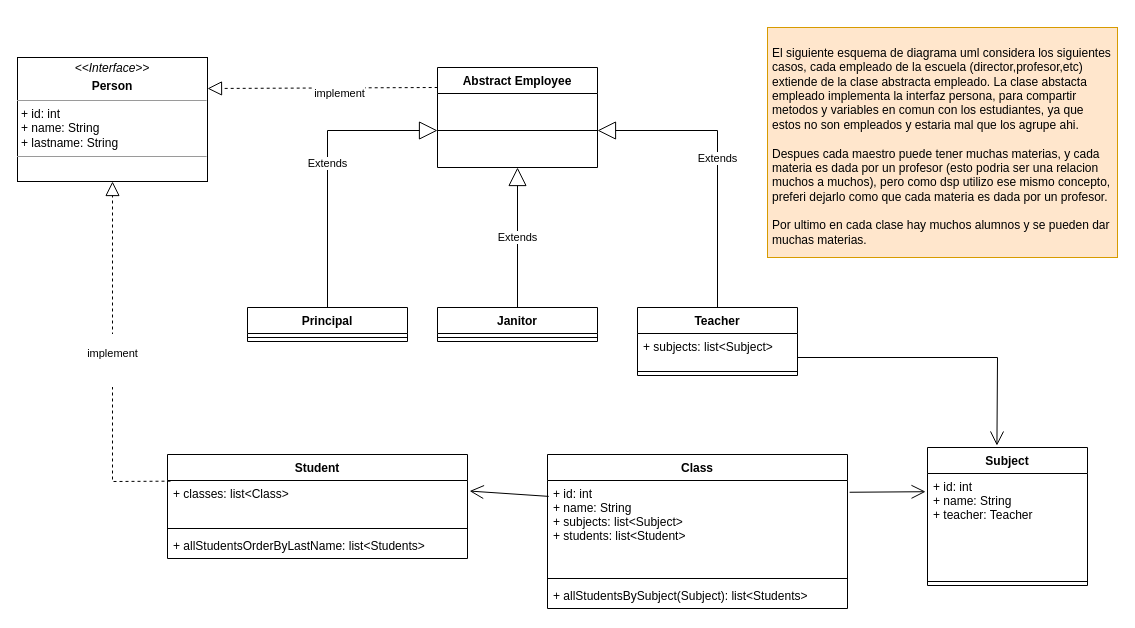
The draw.io diagram dmaceira-exercise1.drawio in diegomaceira/teracode, before the edit. Source tidied: cells renumbered, new cells numbered last; positions are measured from the earlier drawing's top-left corner, leaving out a move shared by most shapes. Both pictures are drawn from the tidied source at 100%, with x=0, y=0 at pixel (17, 27).
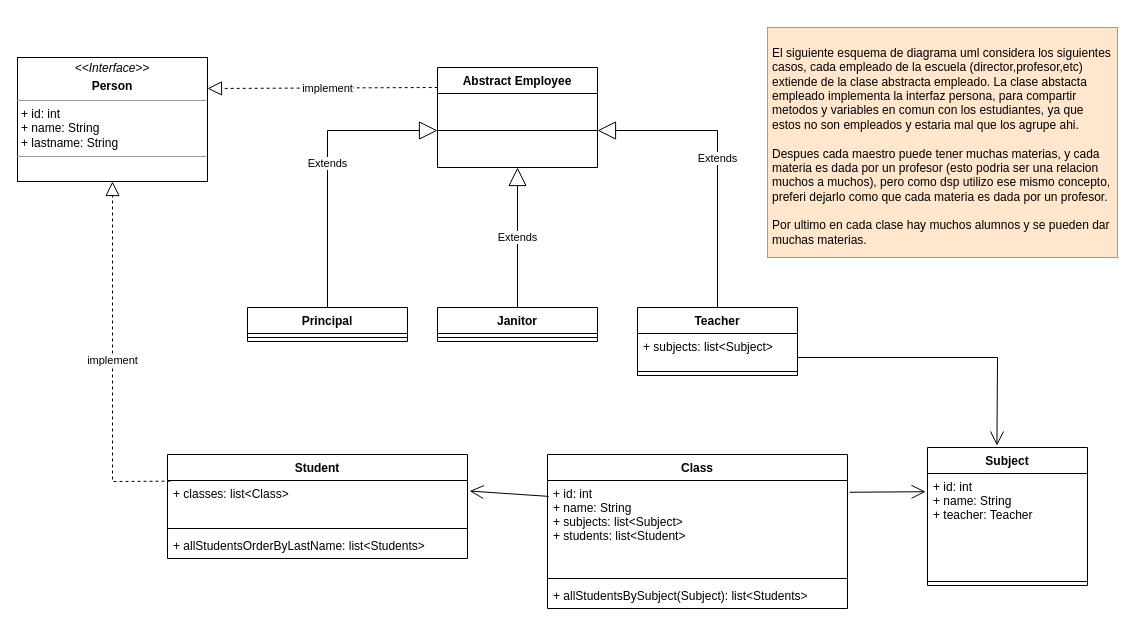
After the change.

The change refers to these unchanged cells:
```xml
<mxCell id="12" value="+ classes: list&lt;Class&gt;" style="text;strokeColor=none;fillColor=none;align=left;verticalAlign=top;spacingLeft=4;spacingRight=4;overflow=hidden;points=[[0,0.5],[1,0.5]];portConstraint=eastwest;" parent="11" vertex="1">
  <mxGeometry y="26" width="300" height="44" as="geometry" />
</mxCell>
<mxCell id="28" value="&lt;p style=&quot;margin: 0px ; margin-top: 4px ; text-align: center&quot;&gt;&lt;i&gt;&amp;lt;&amp;lt;Interface&amp;gt;&amp;gt;&lt;/i&gt;&lt;b&gt;&lt;br&gt;&lt;/b&gt;&lt;/p&gt;&lt;p style=&quot;margin: 0px ; margin-top: 4px ; text-align: center&quot;&gt;&lt;b&gt;Person&lt;/b&gt;&lt;br&gt;&lt;/p&gt;&lt;hr size=&quot;1&quot;&gt;&lt;p style=&quot;margin: 0px ; margin-left: 4px&quot;&gt;+ id: int&lt;br&gt;+ name: String&lt;br&gt;+ lastname: String&lt;/p&gt;&lt;hr size=&quot;1&quot;&gt;&lt;p style=&quot;margin: 0px ; margin-left: 4px&quot;&gt;&lt;br&gt;&lt;/p&gt;" style="verticalAlign=top;align=left;overflow=fill;fontSize=12;fontFamily=Helvetica;html=1;" parent="1" vertex="1">
  <mxGeometry y="30" width="190" height="124" as="geometry" />
</mxCell>
<mxCell id="29" style="endArrow=block;dashed=1;endFill=0;endSize=12;html=1;rounded=0;entryX=1;entryY=0.25;entryDx=0;entryDy=0;exitX=0.001;exitY=-0.081;exitDx=0;exitDy=0;exitPerimeter=0;" parent="1" edge="1" target="28">
  <mxGeometry relative="1" as="geometry">
    <mxPoint x="420.2" y="60" as="sourcePoint" />
  </mxGeometry>
</mxCell>
```

Change to the diagram source:
```diff
@@
     <mxCell id="30" value="implement" style="edgeLabel;html=1;align=center;verticalAlign=middle;" parent="29" vertex="1">
-      <mxGeometry x="-0.14" y="5" relative="1" as="geometry" />
+      <mxGeometry x="-0.14" y="5" relative="1" as="geometry">
+        <mxPoint x="-12" y="-5" as="offset" />
+      </mxGeometry>
     </mxCell>
-    <mxCell id="31" value="&#10;implement&#10;&#10;" style="endArrow=block;dashed=1;endFill=0;endSize=12;html=1;rounded=0;entryX=0.5;entryY=1;entryDx=0;entryDy=0;exitX=0.01;exitY=0.015;exitDx=0;exitDy=0;exitPerimeter=0;" parent="1" edge="1" source="12" target="28">
+    <mxCell id="31" value="implement" style="endArrow=block;dashed=1;endFill=0;endSize=12;html=1;rounded=0;entryX=0.5;entryY=1;entryDx=0;entryDy=0;exitX=0.01;exitY=0.015;exitDx=0;exitDy=0;exitPerimeter=0;" parent="1" edge="1" source="12" target="28">
       <mxGeometry relative="1" as="geometry">
         <Array as="points">
           <mxPoint x="95" y="454" />
         </Array>
       </mxGeometry>
     </mxCell>
```
